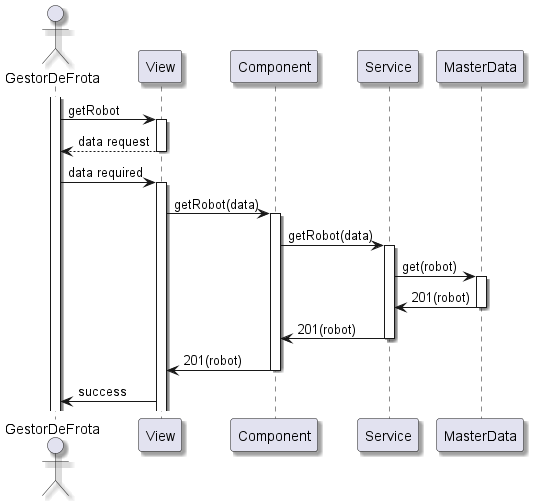
Earlier version of the PlantUML export docs/Sprint B/1210913/us1030/us1030-NVL3.png (pedrocmesquita/RobDroneGo).
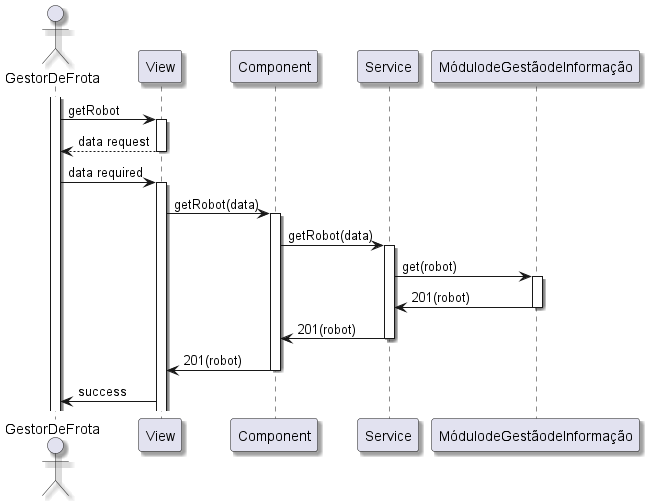
Later version of the same file.

Diff of the diagram source:
```diff
@@ -18,10 +18,10 @@
 activate Component
 Component -> Service: getRobot(data)
 activate Service
-Service -> MasterData: get(robot)
-activate MasterData
-MasterData -> Service: 201(robot)
-deactivate MasterData
+Service -> MódulodeGestãodeInformação: get(robot)
+activate MódulodeGestãodeInformação
+MódulodeGestãodeInformação -> Service: 201(robot)
+deactivate MódulodeGestãodeInformação
 Service -> Component: 201(robot)
 deactivate Service
 Component -> View: 201(robot)
```
